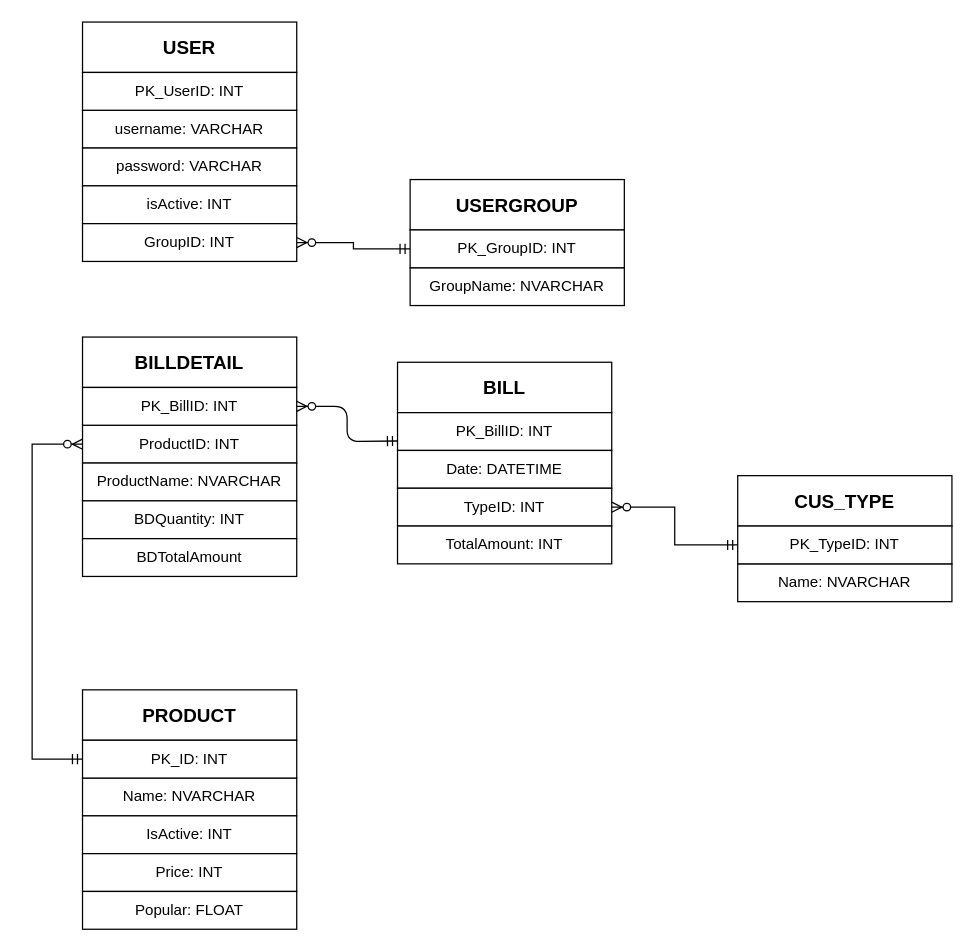
Before: Database/ERD.drawio in duyquangtruong/POS-Application, a draw.io diagram. Source tidied: cells renumbered, new cells numbered last; positions are measured from the earlier drawing's top-left corner, leaving out a move shared by most shapes. Both pictures are drawn from the tidied source at 126%, with x=0, y=0 at pixel (32, 21).
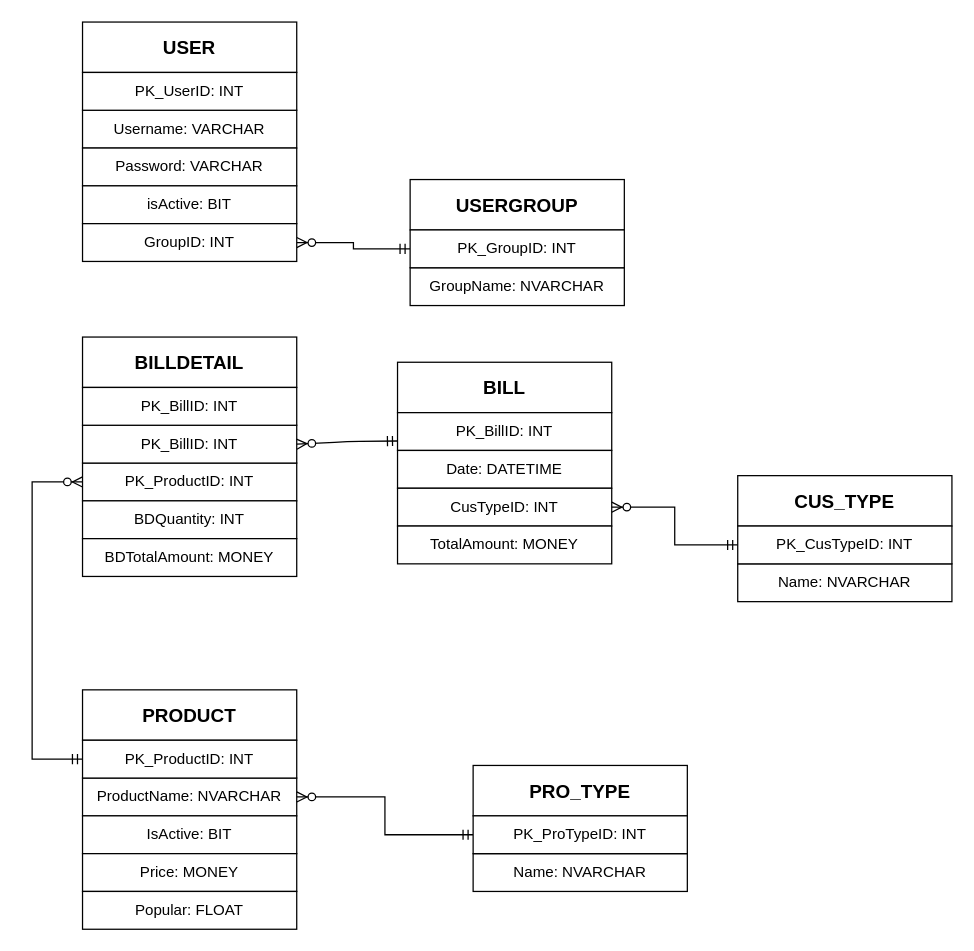
Above is the later version.

Commit message (it also covers changes not shown here):
Chỉnh sửa lược đồ ERD

Unchanged cells that the change refers to:
```xml
<mxCell id="3" value="PK_BillID: INT" style="rounded=0;whiteSpace=wrap;html=1;" parent="1" vertex="1">
  <mxGeometry x="290" y="310" width="170" height="30" as="geometry" />
</mxCell>
```

What changed in the source:
```diff
@@
-    <mxCell id="6" value="ProductID: INT" style="rounded=0;whiteSpace=wrap;html=1;" parent="1" vertex="1">
-      <mxGeometry x="40" y="320" width="170" height="30" as="geometry" />
+    <mxCell id="6" value="PK_ProductID: INT" style="rounded=0;whiteSpace=wrap;html=1;" parent="1" vertex="1">
+      <mxGeometry x="40" y="350" width="170" height="30" as="geometry" />
     </mxCell>
-    <mxCell id="7" value="ProductName: NVARCHAR" style="rounded=0;whiteSpace=wrap;html=1;" parent="1" vertex="1">
-      <mxGeometry x="40" y="350" width="170" height="30" as="geometry" />
-    </mxCell>
-    <mxCell id="8" value="TypeID: INT" style="rounded=0;whiteSpace=wrap;html=1;" parent="1" vertex="1">
+    <mxCell id="8" value="CusTypeID: INT" style="rounded=0;whiteSpace=wrap;html=1;" parent="1" vertex="1">
       <mxGeometry x="290" y="370" width="170" height="30" as="geometry" />
     </mxCell>
     <mxCell id="9" value="PK_BillID: INT" style="rounded=0;whiteSpace=wrap;html=1;" parent="1" vertex="1">
-      <mxGeometry x="40" y="290" width="170" height="30" as="geometry" />
+      <mxGeometry x="40" y="320" width="170" height="30" as="geometry" />
     </mxCell>
     <mxCell id="10" style="endArrow=ERmandOne;html=1;entryX=0;entryY=0.75;entryDx=0;entryDy=0;startArrow=ERzeroToMany;startFill=1;endFill=0;exitX=1;exitY=0.5;exitDx=0;exitDy=0;" parent="1" edge="1" source="9" target="3">
       <mxGeometry relative="1" as="geometry">
         <Array as="points">
-          <mxPoint x="250" y="305" />
           <mxPoint x="250" y="333" />
         </Array>
       </mxGeometry>
     </mxCell>
@@
-    <mxCell id="12" value="Name: NVARCHAR" style="rounded=0;whiteSpace=wrap;html=1;" parent="1" vertex="1">
+    <mxCell id="12" value="ProductName: NVARCHAR" style="rounded=0;whiteSpace=wrap;html=1;" parent="1" vertex="1">
       <mxGeometry x="40" y="600" width="170" height="30" as="geometry" />
     </mxCell>
-    <mxCell id="13" value="IsActive: INT" style="rounded=0;whiteSpace=wrap;html=1;" parent="1" vertex="1">
+    <mxCell id="13" value="IsActive: BIT" style="rounded=0;whiteSpace=wrap;html=1;" parent="1" vertex="1">
       <mxGeometry x="40" y="630" width="170" height="30" as="geometry" />
     </mxCell>
     <mxCell id="14" style="edgeStyle=orthogonalEdgeStyle;rounded=0;jettySize=auto;html=1;entryX=0;entryY=0.5;entryDx=0;entryDy=0;startArrow=ERmandOne;startFill=0;endArrow=ERzeroToMany;endFill=1;" parent="1" edge="1" source="15" target="6">
       <mxGeometry relative="1" as="geometry">
         <Array as="points">
           <mxPoint y="585" />
-          <mxPoint y="335" />
+          <mxPoint y="365" />
         </Array>
       </mxGeometry>
     </mxCell>
-    <mxCell id="15" value="PK_ID: INT" style="rounded=0;whiteSpace=wrap;html=1;" parent="1" vertex="1">
+    <mxCell id="15" value="PK_ProductID: INT" style="rounded=0;whiteSpace=wrap;html=1;" parent="1" vertex="1">
       <mxGeometry x="40" y="570" width="170" height="30" as="geometry" />
     </mxCell>
@@
-    <mxCell id="17" value="username: VARCHAR" style="rounded=0;whiteSpace=wrap;html=1;" parent="1" vertex="1">
+    <mxCell id="17" value="Username: VARCHAR" style="rounded=0;whiteSpace=wrap;html=1;" parent="1" vertex="1">
       <mxGeometry x="40" y="70" width="170" height="30" as="geometry" />
     </mxCell>
-    <mxCell id="18" value="password: VARCHAR" style="rounded=0;whiteSpace=wrap;html=1;" parent="1" vertex="1">
+    <mxCell id="18" value="Password: VARCHAR" style="rounded=0;whiteSpace=wrap;html=1;" parent="1" vertex="1">
       <mxGeometry x="40" y="100" width="170" height="30" as="geometry" />
     </mxCell>
@@
-    <mxCell id="20" value="isActive: INT" style="rounded=0;whiteSpace=wrap;html=1;" parent="1" vertex="1">
+    <mxCell id="20" value="isActive: BIT" style="rounded=0;whiteSpace=wrap;html=1;" parent="1" vertex="1">
       <mxGeometry x="40" y="130" width="170" height="30" as="geometry" />
     </mxCell>
@@
-    <mxCell id="26" value="TotalAmount: INT" style="rounded=0;whiteSpace=wrap;html=1;" parent="1" vertex="1">
+    <mxCell id="26" value="TotalAmount: MONEY" style="rounded=0;whiteSpace=wrap;html=1;" parent="1" vertex="1">
       <mxGeometry x="290" y="400" width="170" height="30" as="geometry" />
     </mxCell>
@@
-    <mxCell id="30" value="PK_TypeID: INT" style="rounded=0;whiteSpace=wrap;html=1;" parent="1" vertex="1">
+    <mxCell id="30" value="PK_CusTypeID: INT" style="rounded=0;whiteSpace=wrap;html=1;" parent="1" vertex="1">
       <mxGeometry x="560" y="400" width="170" height="30" as="geometry" />
     </mxCell>
@@
-    <mxCell id="32" value="BDTotalAmount" style="rounded=0;whiteSpace=wrap;html=1;" parent="1" vertex="1">
+    <mxCell id="32" value="BDTotalAmount: MONEY" style="rounded=0;whiteSpace=wrap;html=1;" parent="1" vertex="1">
       <mxGeometry x="40" y="410" width="170" height="30" as="geometry" />
     </mxCell>
-    <mxCell id="33" value="Price: INT" style="rounded=0;whiteSpace=wrap;html=1;" parent="1" vertex="1">
+    <mxCell id="33" value="Price: MONEY" style="rounded=0;whiteSpace=wrap;html=1;" parent="1" vertex="1">
       <mxGeometry x="40" y="660" width="170" height="30" as="geometry" />
     </mxCell>
@@
+    <mxCell id="35" value="&lt;span style=&quot;font-size: 15px&quot;&gt;&lt;b&gt;PRO_TYPE&lt;/b&gt;&lt;/span&gt;" style="rounded=0;whiteSpace=wrap;html=1;" parent="1" vertex="1">
+      <mxGeometry x="350" y="590" width="170" height="40" as="geometry" />
+    </mxCell>
+    <mxCell id="36" value="Name: NVARCHAR" style="rounded=0;whiteSpace=wrap;html=1;" parent="1" vertex="1">
+      <mxGeometry x="350" y="660" width="170" height="30" as="geometry" />
+    </mxCell>
+    <mxCell id="37" style="edgeStyle=orthogonalEdgeStyle;rounded=0;jettySize=auto;html=1;entryX=1;entryY=0.5;entryDx=0;entryDy=0;startArrow=ERmandOne;startFill=0;endArrow=ERzeroToMany;endFill=1;" parent="1" edge="1" source="38" target="12">
+      <mxGeometry relative="1" as="geometry" />
+    </mxCell>
+    <mxCell id="38" value="PK_ProTypeID: INT" style="rounded=0;whiteSpace=wrap;html=1;" parent="1" vertex="1">
+      <mxGeometry x="350" y="630" width="170" height="30" as="geometry" />
+    </mxCell>
+    <mxCell id="39" value="PK_BillID: INT" style="rounded=0;whiteSpace=wrap;html=1;" parent="1" vertex="1">
+      <mxGeometry x="40" y="290" width="170" height="30" as="geometry" />
+    </mxCell>
```
